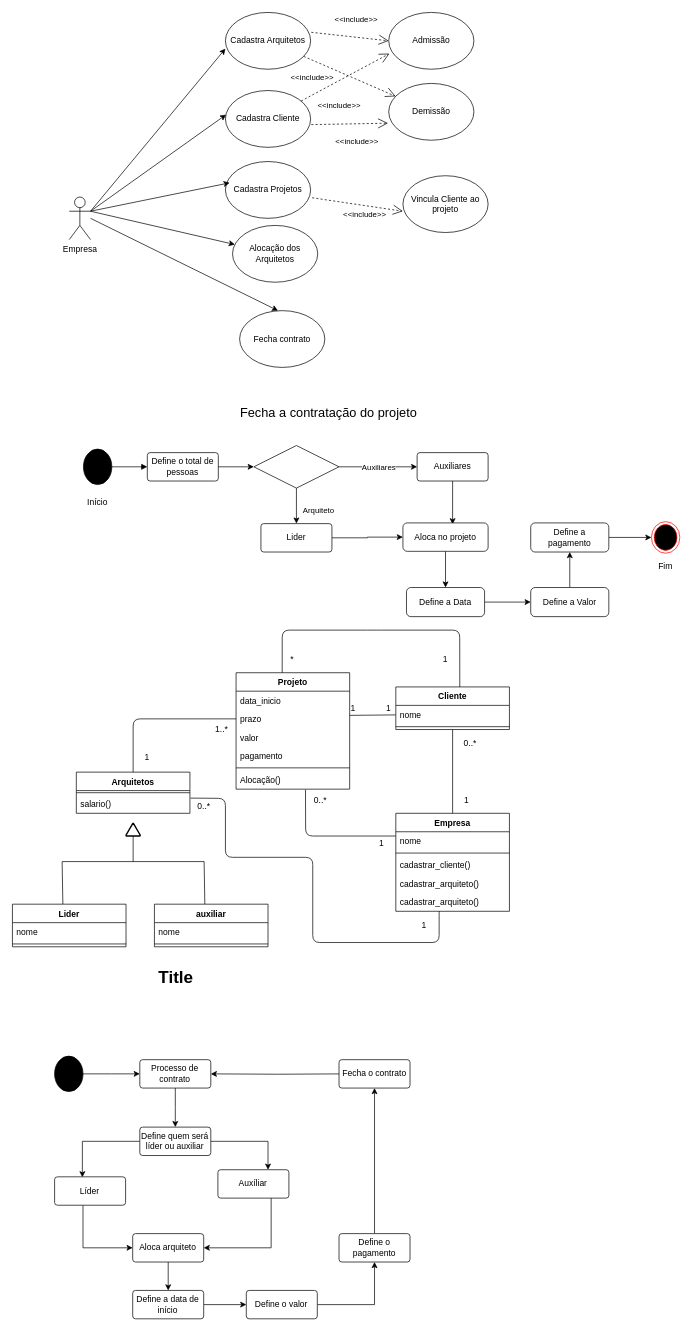
Before: Untitled Diagram.drawio in EdneiFNeto/UML, a draw.io diagram. Source tidied: cells renumbered, new cells numbered last; positions are measured from the earlier drawing's top-left corner, leaving out a move shared by most shapes. Both pictures are drawn from the tidied source at 71%, with x=0, y=0 at pixel (12, 12).
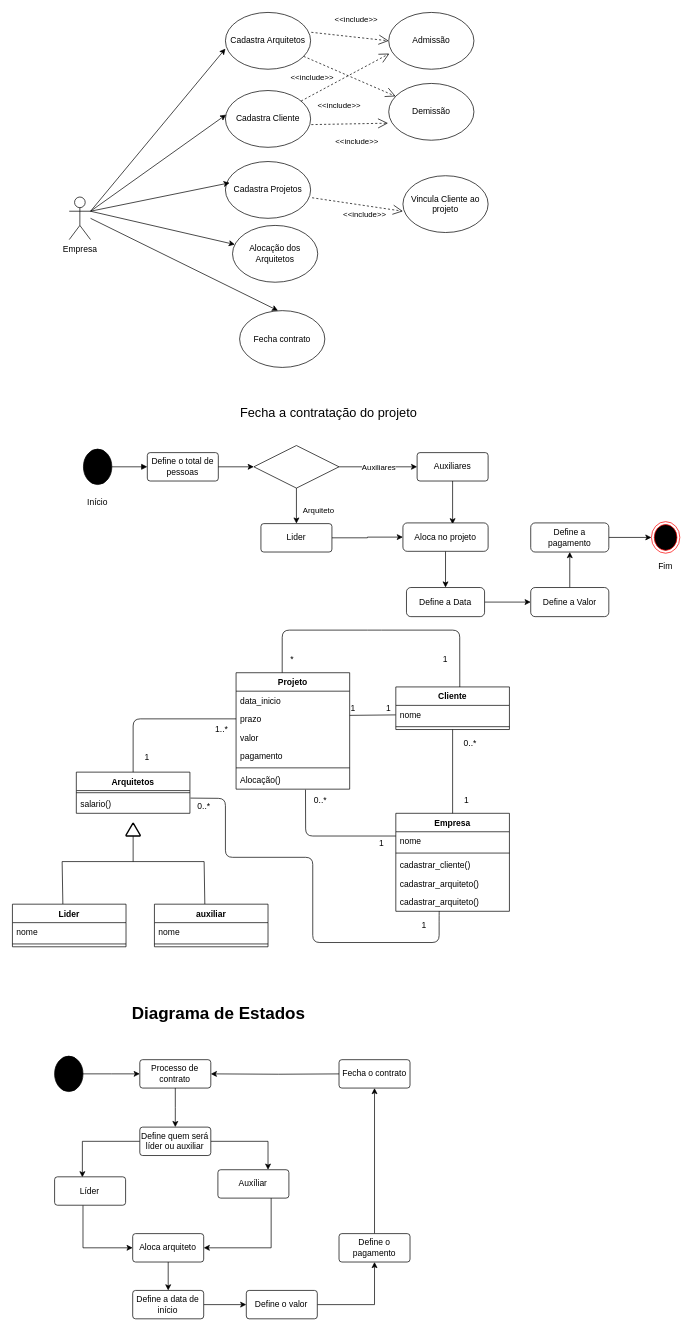
Above is the later version.

Diff of the diagram source:
```diff
@@
-    <mxCell id="115" value="Title" style="text;strokeColor=none;fillColor=none;html=1;fontSize=24;fontStyle=1;verticalAlign=middle;align=center;" parent="1" vertex="1">
-      <mxGeometry x="180" y="1340" width="100" height="40" as="geometry" />
+    <mxCell id="115" value="Diagrama de Estados" style="text;strokeColor=none;fillColor=none;html=1;fontSize=24;fontStyle=1;verticalAlign=middle;align=center;" parent="1" vertex="1">
+      <mxGeometry x="240" y="1390" width="100" height="40" as="geometry" />
     </mxCell>
```
